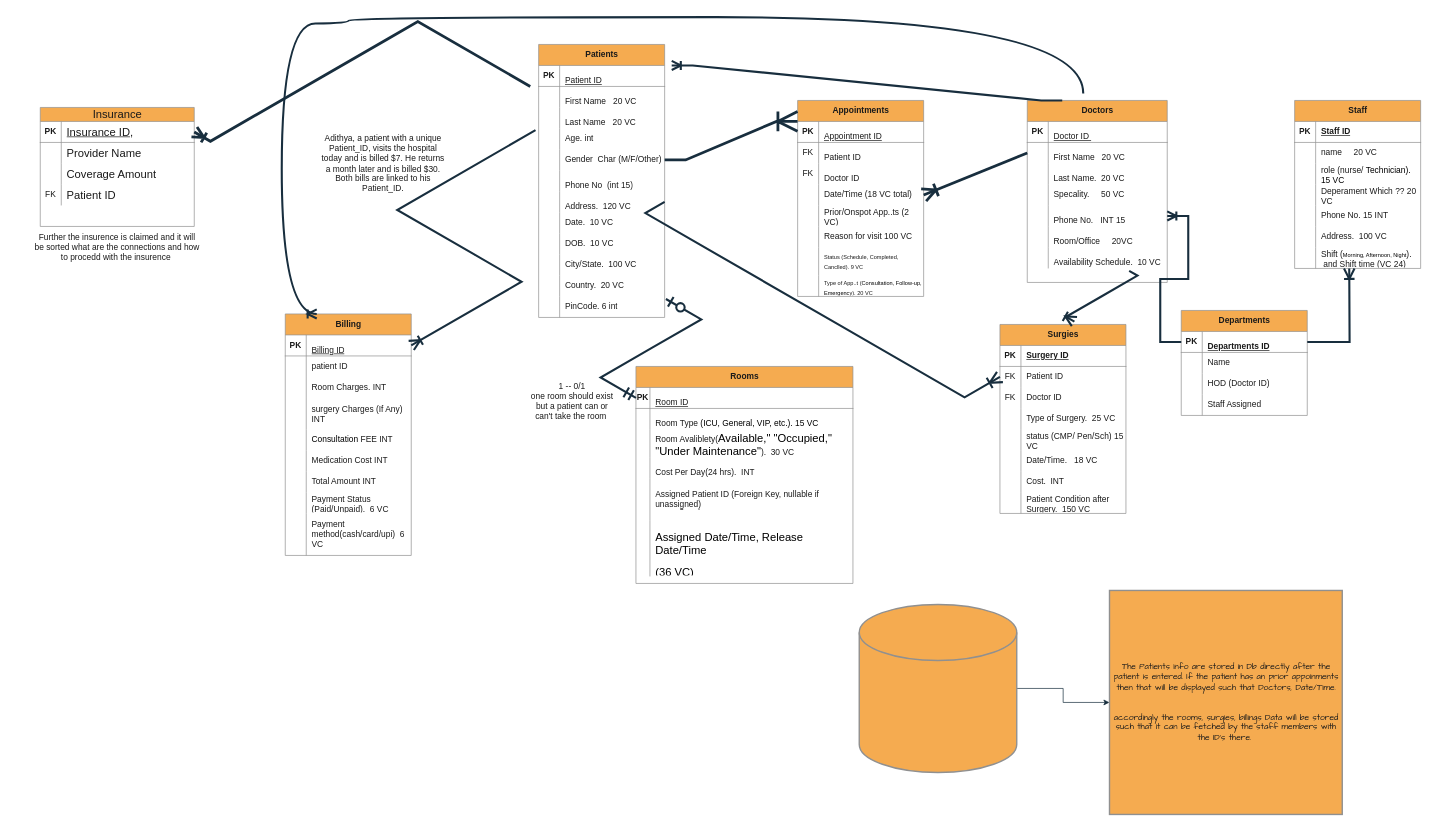
This is Untitled Diagram.drawio from Adithya0604/CDBMS, a draw.io file, before an edit. Source tidied: cells renumbered, new cells numbered last; positions are measured from the earlier drawing's top-left corner, leaving out a move shared by most shapes. Both pictures are drawn from the tidied source at 70%, with x=0, y=0 at pixel (33, -41).
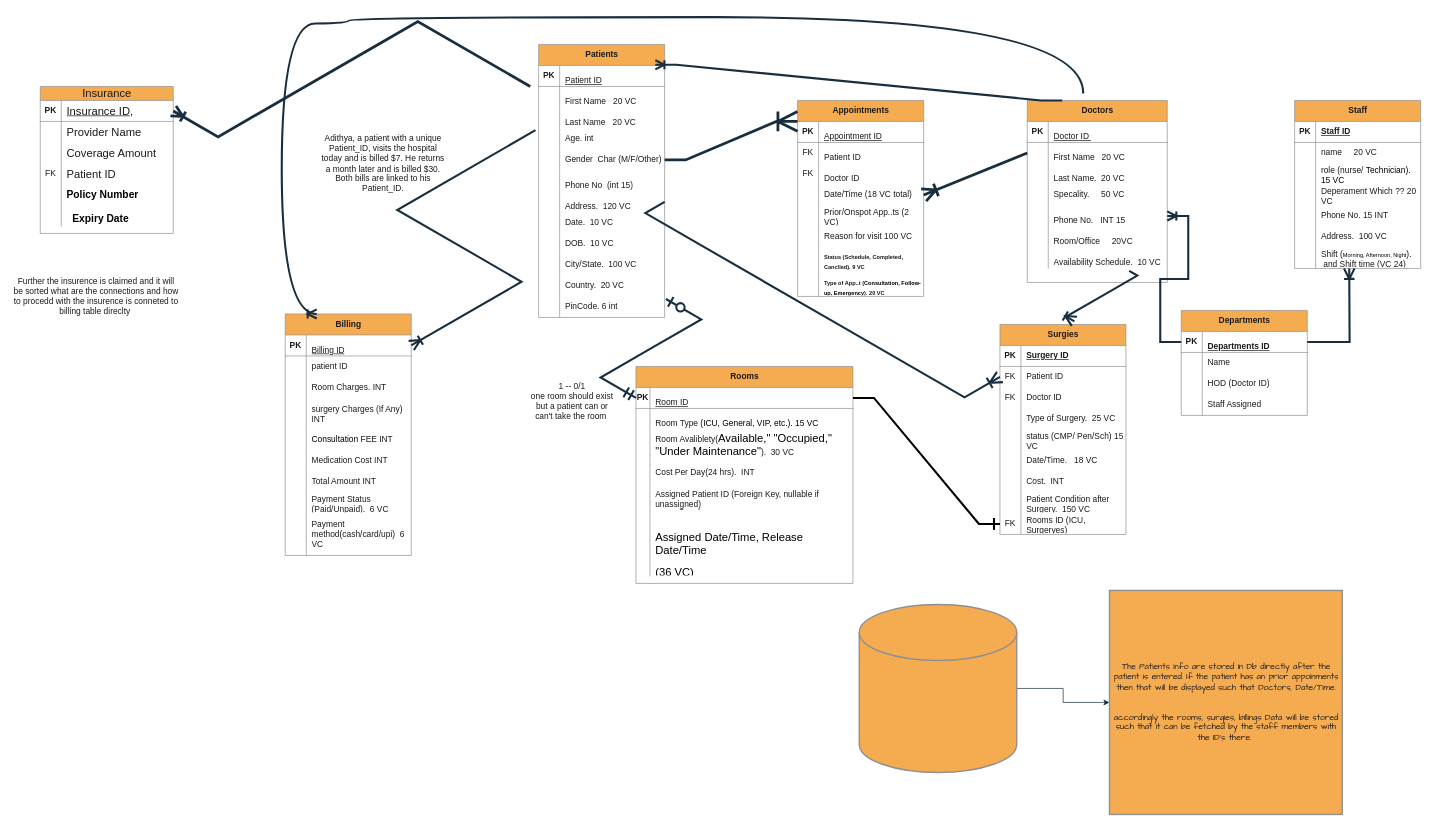
After the change.

The change refers to these unchanged cells:
```xml
<mxCell id="21" style="shape=tableRow;horizontal=0;startSize=0;swimlaneHead=0;swimlaneBody=0;fillColor=none;top=0;left=0;right=0;bottom=0;labelBackgroundColor=none;strokeColor=#909090;fontColor=#1A1A1A;" parent="2" vertex="1">
  <mxGeometry y="210" width="180" height="40" as="geometry" />
</mxCell>
<mxCell id="24" style="shape=tableRow;horizontal=0;startSize=0;swimlaneHead=0;swimlaneBody=0;fillColor=none;top=0;left=0;right=0;bottom=0;labelBackgroundColor=none;strokeColor=#909090;fontColor=#1A1A1A;" parent="2" vertex="1">
  <mxGeometry y="250" width="180" height="30" as="geometry" />
</mxCell>
<mxCell id="27" value="&lt;p style=&quot;caret-color: rgb(0, 0, 0); font-weight: 400; text-align: start; text-wrap-mode: wrap;&quot; data-pm-slice=&quot;1 1 [&amp;quot;ordered_list&amp;quot;,{&amp;quot;spread&amp;quot;:true,&amp;quot;startingNumber&amp;quot;:1,&amp;quot;start&amp;quot;:238,&amp;quot;end&amp;quot;:1972},&amp;quot;regular_list_item&amp;quot;,{&amp;quot;start&amp;quot;:625,&amp;quot;end&amp;quot;:808}]&quot;&gt;&lt;strong&gt;Doctors&lt;/strong&gt;&lt;/p&gt;" style="shape=table;startSize=30;childLayout=tableLayout;rowLines=0;fontStyle=1;align=center;html=1;labelBackgroundColor=none;fillColor=#F5AB50;strokeColor=#909090;fontColor=#1A1A1A;" parent="1" vertex="1">
  <mxGeometry x="1420" y="201" width="200" height="260" as="geometry" />
</mxCell>
<mxCell id="50" style="shape=tableRow;horizontal=0;startSize=0;swimlaneHead=0;swimlaneBody=0;fillColor=none;points=[[0,0.5],[1,0.5]];portConstraint=eastwest;top=0;left=0;right=0;bottom=1;labelBackgroundColor=none;strokeColor=#909090;fontColor=#1A1A1A;" parent="49" vertex="1">
  <mxGeometry y="30" width="310" height="30" as="geometry" />
</mxCell>
<mxCell id="69" style="shape=tableRow;horizontal=0;startSize=0;swimlaneHead=0;swimlaneBody=0;fillColor=none;points=[[0,0.5],[1,0.5]];portConstraint=eastwest;top=0;left=0;right=0;bottom=1;labelBackgroundColor=none;strokeColor=#909090;fontColor=#1A1A1A;" parent="68" vertex="1">
  <mxGeometry y="30" width="180" height="30" as="geometry" />
</mxCell>
```

The edit, as a diff of the source:
```diff
@@
-    <mxCell id="23" value="&lt;font style=&quot;font-size: 8px;&quot;&gt;Status (Schedule, Completed, Canclled).&amp;nbsp;&lt;/font&gt;&lt;span style=&quot;font-size: 8px; background-color: transparent; color: light-dark(rgb(26, 26, 26), rgb(215, 215, 215));&quot;&gt;9 VC&lt;/span&gt;" style="shape=partialRectangle;fillColor=none;top=0;left=0;bottom=0;right=0;align=left;spacingLeft=6;overflow=hidden;whiteSpace=wrap;html=1;labelBackgroundColor=none;strokeColor=#909090;fontColor=#1A1A1A;" parent="21" vertex="1">
+    <mxCell id="23" value="&lt;b&gt;&lt;font style=&quot;font-size: 8px;&quot;&gt;Status (Schedule, Completed, Canclled).&amp;nbsp;&lt;/font&gt;&lt;span style=&quot;font-size: 8px; background-color: transparent; color: light-dark(rgb(26, 26, 26), rgb(215, 215, 215));&quot;&gt;9 VC&lt;/span&gt;&lt;/b&gt;" style="shape=partialRectangle;fillColor=none;top=0;left=0;bottom=0;right=0;align=left;spacingLeft=6;overflow=hidden;whiteSpace=wrap;html=1;labelBackgroundColor=none;strokeColor=#909090;fontColor=#1A1A1A;" parent="21" vertex="1">
       <mxGeometry x="30" width="150" height="40" as="geometry" />
     </mxCell>
@@
-    <mxCell id="26" value="&lt;font style=&quot;font-size: 8px;&quot;&gt;Type of App..t (&lt;span style=&quot;caret-color: rgb(0, 0, 0); color: rgb(0, 0, 0); font-family: -webkit-standard;&quot;&gt;Consultation, Follow-up, Emergency&lt;/span&gt;). 20 VC&lt;/font&gt;" style="shape=partialRectangle;fillColor=none;top=0;left=0;bottom=0;right=0;align=left;spacingLeft=6;overflow=hidden;whiteSpace=wrap;html=1;labelBackgroundColor=none;strokeColor=#909090;fontColor=#1A1A1A;" parent="24" vertex="1">
+    <mxCell id="26" value="&lt;font style=&quot;font-size: 8px;&quot;&gt;&lt;b&gt;Type of App..t (&lt;span style=&quot;caret-color: rgb(0, 0, 0); color: rgb(0, 0, 0); font-family: -webkit-standard;&quot;&gt;Consultation, Follow-up, Emergency&lt;/span&gt;). 20 VC&lt;/b&gt;&lt;/font&gt;" style="shape=partialRectangle;fillColor=none;top=0;left=0;bottom=0;right=0;align=left;spacingLeft=6;overflow=hidden;whiteSpace=wrap;html=1;labelBackgroundColor=none;strokeColor=#909090;fontColor=#1A1A1A;" parent="24" vertex="1">
       <mxGeometry x="30" width="150" height="30" as="geometry" />
     </mxCell>
@@
     <mxCell id="133" value="Surgies" style="shape=table;startSize=30;childLayout=tableLayout;rowLines=0;fontStyle=1;align=center;html=1;labelBackgroundColor=none;fillColor=#F5AB50;strokeColor=#909090;fontColor=#1A1A1A;" parent="1" vertex="1">
-      <mxGeometry x="1381" y="521" width="180" height="270" as="geometry" />
+      <mxGeometry x="1381" y="521" width="180" height="300" as="geometry" />
     </mxCell>
@@
+    <mxCell id="223" style="shape=tableRow;horizontal=0;startSize=0;swimlaneHead=0;swimlaneBody=0;fillColor=none;points=[[0,0.5],[1,0.5]];portConstraint=eastwest;top=0;left=0;right=0;bottom=0;labelBackgroundColor=none;strokeColor=#909090;fontColor=#1A1A1A;" parent="133" vertex="1">
+      <mxGeometry y="270" width="180" height="30" as="geometry" />
+    </mxCell>
+    <mxCell id="224" value="FK" style="shape=partialRectangle;fillColor=none;top=0;left=0;bottom=0;right=0;overflow=hidden;whiteSpace=wrap;html=1;labelBackgroundColor=none;strokeColor=#909090;fontColor=#1A1A1A;" parent="223" vertex="1">
+      <mxGeometry width="30" height="30" as="geometry" />
+    </mxCell>
+    <mxCell id="225" value="Rooms ID (ICU, Surgeryes)" style="shape=partialRectangle;fillColor=none;top=0;left=0;bottom=0;right=0;align=left;spacingLeft=6;overflow=hidden;whiteSpace=wrap;html=1;labelBackgroundColor=none;strokeColor=#909090;fontColor=#1A1A1A;" parent="223" vertex="1">
+      <mxGeometry x="30" width="150" height="30" as="geometry" />
+    </mxCell>
@@
-    <mxCell id="203" style="edgeStyle=entityRelationEdgeStyle;fontSize=12;html=1;endArrow=ERoneToMany;rounded=0;strokeColor=#182E3E;fontColor=default;strokeWidth=3;endSize=9;startSize=9;exitX=0.25;exitY=0;exitDx=0;exitDy=0;entryX=1.056;entryY=0;entryDx=0;entryDy=0;entryPerimeter=0;labelBackgroundColor=none;" parent="1" edge="1" source="27" target="69">
+    <mxCell id="203" style="edgeStyle=entityRelationEdgeStyle;fontSize=12;html=1;endArrow=ERoneToMany;rounded=0;strokeColor=#182E3E;fontColor=default;strokeWidth=3;endSize=9;startSize=9;exitX=0.25;exitY=0;exitDx=0;exitDy=0;entryX=0.926;entryY=-0.031;entryDx=0;entryDy=0;entryPerimeter=0;labelBackgroundColor=none;" parent="1" edge="1" source="27" target="69">
       <mxGeometry relative="1" as="geometry">
         <Array as="points">
           <mxPoint x="1207.5" y="-0.2" />
           <mxPoint x="1207.5" y="29.8" />
           <mxPoint x="1087.5" y="59.8" />
           <mxPoint x="1077.5" y="9.8" />
           <mxPoint x="1217.5" y="9.8" />
         </Array>
       </mxGeometry>
     </mxCell>
@@
     <mxCell id="208" value="&lt;span style=&quot;caret-color: rgb(0, 0, 0); font-family: -webkit-standard; font-size: medium; font-weight: 400; text-align: start; text-wrap-mode: wrap;&quot;&gt;Insurance&lt;/span&gt;" style="shape=table;startSize=20;childLayout=tableLayout;rowLines=0;fontStyle=1;align=center;html=1;fillColor=#F5AB50;labelBackgroundColor=none;strokeColor=#909090;fontColor=#1A1A1A;" parent="1" vertex="1">
-      <mxGeometry x="10" y="211" width="220" height="170" as="geometry" />
+      <mxGeometry x="10" y="181" width="190" height="210" as="geometry" />
     </mxCell>
     <mxCell id="209" style="shape=tableRow;horizontal=0;startSize=0;swimlaneHead=0;swimlaneBody=0;fillColor=none;points=[[0,0.5],[1,0.5]];portConstraint=eastwest;top=0;left=0;right=0;bottom=1;labelBackgroundColor=none;strokeColor=#909090;fontColor=#1A1A1A;" parent="208" vertex="1">
-      <mxGeometry y="20" width="220" height="30" as="geometry" />
+      <mxGeometry y="20" width="190" height="30" as="geometry" />
     </mxCell>
@@
     <mxCell id="211" value="&lt;span style=&quot;caret-color: rgb(0, 0, 0); font-family: -webkit-standard; font-size: medium; font-weight: 400; text-decoration-line: none;&quot;&gt;Insurance ID,&lt;/span&gt;" style="shape=partialRectangle;fillColor=none;top=0;left=0;bottom=0;right=0;align=left;spacingLeft=6;fontStyle=5;overflow=hidden;whiteSpace=wrap;html=1;labelBackgroundColor=none;strokeColor=#909090;fontColor=#1A1A1A;" parent="209" vertex="1">
-      <mxGeometry x="30" width="190" height="30" as="geometry" />
+      <mxGeometry x="30" width="160" height="30" as="geometry" />
     </mxCell>
     <mxCell id="212" style="shape=tableRow;horizontal=0;startSize=0;swimlaneHead=0;swimlaneBody=0;fillColor=none;top=0;left=0;right=0;bottom=0;labelBackgroundColor=none;strokeColor=#909090;fontColor=#1A1A1A;" parent="208" vertex="1">
-      <mxGeometry y="50" width="220" height="30" as="geometry" />
+      <mxGeometry y="50" width="190" height="30" as="geometry" />
     </mxCell>
@@
     <mxCell id="214" value="&lt;span style=&quot;caret-color: rgb(0, 0, 0); font-family: -webkit-standard; font-size: medium;&quot;&gt;Provider Name&lt;/span&gt;" style="shape=partialRectangle;fillColor=none;top=0;left=0;bottom=0;right=0;align=left;spacingLeft=6;overflow=hidden;whiteSpace=wrap;html=1;labelBackgroundColor=none;strokeColor=#909090;fontColor=#1A1A1A;" parent="212" vertex="1">
-      <mxGeometry x="30" width="190" height="30" as="geometry" />
+      <mxGeometry x="30" width="160" height="30" as="geometry" />
     </mxCell>
     <mxCell id="215" style="shape=tableRow;horizontal=0;startSize=0;swimlaneHead=0;swimlaneBody=0;fillColor=none;top=0;left=0;right=0;bottom=0;labelBackgroundColor=none;strokeColor=#909090;fontColor=#1A1A1A;" parent="208" vertex="1">
-      <mxGeometry y="80" width="220" height="30" as="geometry" />
+      <mxGeometry y="80" width="190" height="30" as="geometry" />
     </mxCell>
@@
     <mxCell id="217" value="&lt;span style=&quot;caret-color: rgb(0, 0, 0); font-family: -webkit-standard; font-size: medium;&quot;&gt;Coverage Amount&lt;/span&gt;" style="shape=partialRectangle;fillColor=none;top=0;left=0;bottom=0;right=0;align=left;spacingLeft=6;overflow=hidden;whiteSpace=wrap;html=1;labelBackgroundColor=none;strokeColor=#909090;fontColor=#1A1A1A;" parent="215" vertex="1">
-      <mxGeometry x="30" width="190" height="30" as="geometry" />
+      <mxGeometry x="30" width="160" height="30" as="geometry" />
     </mxCell>
     <mxCell id="218" style="shape=tableRow;horizontal=0;startSize=0;swimlaneHead=0;swimlaneBody=0;fillColor=none;top=0;left=0;right=0;bottom=0;labelBackgroundColor=none;strokeColor=#909090;fontColor=#1A1A1A;" parent="208" vertex="1">
-      <mxGeometry y="110" width="220" height="30" as="geometry" />
+      <mxGeometry y="110" width="190" height="30" as="geometry" />
     </mxCell>
@@
     <mxCell id="220" value="&lt;span style=&quot;caret-color: rgb(0, 0, 0); font-family: -webkit-standard; font-size: medium;&quot;&gt;Patient ID&lt;/span&gt;" style="shape=partialRectangle;fillColor=none;top=0;left=0;bottom=0;right=0;align=left;spacingLeft=6;overflow=hidden;whiteSpace=wrap;html=1;labelBackgroundColor=none;strokeColor=#909090;fontColor=#1A1A1A;" parent="218" vertex="1">
-      <mxGeometry x="30" width="190" height="30" as="geometry" />
+      <mxGeometry x="30" width="160" height="30" as="geometry" />
     </mxCell>
+    <mxCell id="226" style="shape=tableRow;horizontal=0;startSize=0;swimlaneHead=0;swimlaneBody=0;fillColor=none;top=0;left=0;right=0;bottom=0;labelBackgroundColor=none;strokeColor=#909090;fontColor=#1A1A1A;" parent="208" vertex="1">
+      <mxGeometry y="140" width="190" height="30" as="geometry" />
+    </mxCell>
+    <mxCell id="227" style="shape=partialRectangle;fillColor=none;top=0;left=0;bottom=0;right=0;overflow=hidden;whiteSpace=wrap;html=1;labelBackgroundColor=none;strokeColor=#909090;fontColor=#1A1A1A;" parent="226" vertex="1">
+      <mxGeometry width="30" height="30" as="geometry" />
+    </mxCell>
+    <mxCell id="228" value="&lt;span id=&quot;docs-internal-guid-99d69f14-7fff-0956-b8da-b7e35f2c59b4&quot;&gt;&lt;span style=&quot;font-size: 11pt; font-family: Arial, sans-serif; color: rgb(0, 0, 0); background-color: transparent; font-weight: 700; font-variant-numeric: normal; font-variant-east-asian: normal; font-variant-alternates: normal; font-variant-position: normal; font-variant-emoji: normal; vertical-align: baseline; white-space-collapse: preserve;&quot;&gt;Policy Number&lt;/span&gt;&lt;/span&gt;" style="shape=partialRectangle;fillColor=none;top=0;left=0;bottom=0;right=0;align=left;spacingLeft=6;overflow=hidden;whiteSpace=wrap;html=1;labelBackgroundColor=none;strokeColor=#909090;fontColor=#1A1A1A;" parent="226" vertex="1">
+      <mxGeometry x="30" width="160" height="30" as="geometry" />
+    </mxCell>
+    <mxCell id="229" style="shape=tableRow;horizontal=0;startSize=0;swimlaneHead=0;swimlaneBody=0;fillColor=none;top=0;left=0;right=0;bottom=0;labelBackgroundColor=none;strokeColor=#909090;fontColor=#1A1A1A;" parent="208" vertex="1">
+      <mxGeometry y="170" width="190" height="30" as="geometry" />
+    </mxCell>
+    <mxCell id="230" style="shape=partialRectangle;fillColor=none;top=0;left=0;bottom=0;right=0;overflow=hidden;whiteSpace=wrap;html=1;labelBackgroundColor=none;strokeColor=#909090;fontColor=#1A1A1A;" parent="229" vertex="1">
+      <mxGeometry width="30" height="30" as="geometry" />
+    </mxCell>
+    <mxCell id="231" value="&lt;span id=&quot;docs-internal-guid-71afa9fd-7fff-32af-c66b-0a607dfa6076&quot;&gt;&lt;div align=&quot;left&quot; style=&quot;margin-left:0pt;&quot; dir=&quot;ltr&quot;&gt;&lt;table style=&quot;border:none;border-collapse:collapse;&quot;&gt;&lt;colgroup&gt;&lt;col width=&quot;97&quot;&gt;&lt;/colgroup&gt;&lt;tbody&gt;&lt;tr style=&quot;height:39.25pt&quot;&gt;&lt;td style=&quot;vertical-align:top;padding:5pt 5pt 5pt 5pt;overflow:hidden;overflow-wrap:break-word;&quot;&gt;&lt;p style=&quot;line-height:1.38;text-align: center;margin-top:0pt;margin-bottom:0pt;&quot; dir=&quot;ltr&quot;&gt;&lt;span style=&quot;font-size: 11pt; font-family: Arial, sans-serif; color: rgb(0, 0, 0); background-color: transparent; font-weight: 700; font-variant-numeric: normal; font-variant-east-asian: normal; font-variant-alternates: normal; font-variant-position: normal; font-variant-emoji: normal; vertical-align: baseline; white-space-collapse: preserve;&quot;&gt;Expiry Date&lt;/span&gt;&lt;/p&gt;&lt;/td&gt;&lt;/tr&gt;&lt;/tbody&gt;&lt;/table&gt;&lt;/div&gt;&lt;/span&gt;" style="shape=partialRectangle;fillColor=none;top=0;left=0;bottom=0;right=0;align=left;spacingLeft=6;overflow=hidden;whiteSpace=wrap;html=1;labelBackgroundColor=none;strokeColor=#909090;fontColor=#1A1A1A;" parent="229" vertex="1">
+      <mxGeometry x="30" width="160" height="30" as="geometry" />
+    </mxCell>
@@
-    <mxCell id="222" value="Further the insurence is claimed and it will be sorted what are the connections and how to procedd with the insurence&amp;nbsp;" style="text;html=1;align=center;verticalAlign=middle;whiteSpace=wrap;rounded=0;fontColor=#1A1A1A;" parent="1" vertex="1">
-      <mxGeometry y="361" width="240" height="100" as="geometry" />
+    <mxCell id="222" value="Further the insurence is claimed and it will be sorted what are the connections and how to procedd with the insurence is conneted to billing table direclty&amp;nbsp;" style="text;html=1;align=center;verticalAlign=middle;whiteSpace=wrap;rounded=0;fontColor=#1A1A1A;" parent="1" vertex="1">
+      <mxGeometry x="-30" y="431" width="240" height="100" as="geometry" />
     </mxCell>
+    <mxCell id="232" style="edgeStyle=entityRelationEdgeStyle;fontSize=12;html=1;endArrow=ERone;endFill=1;rounded=0;entryX=0;entryY=0.5;entryDx=0;entryDy=0;exitX=1;exitY=0.5;exitDx=0;exitDy=0;strokeWidth=3;endSize=13;startSize=13;" parent="1" edge="1" source="50" target="223">
+      <mxGeometry relative="1" as="geometry" />
+    </mxCell>
```
